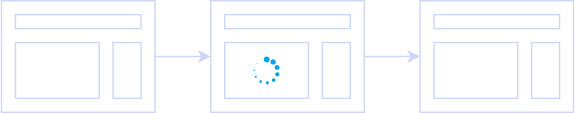
This is public/assets/spa-after.drawio.svg from b-legrand/analogjs-the-angular-meta-framework, a draw.io export, as it was before one commit. Source tidied: cells renumbered, new cells last; positions are measured from the earlier drawing's top-left corner, leaving out a move shared by most shapes.
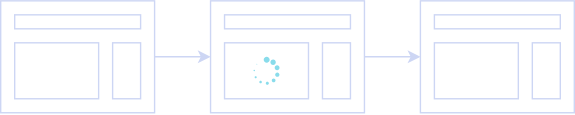
After the commit.

Change to the diagram source:
```diff
@@ -38,7 +38,7 @@
     <mxCell id="13" style="edgeStyle=none;html=1;exitX=1;exitY=0.5;exitDx=0;exitDy=0;entryX=0;entryY=0.5;entryDx=0;entryDy=0;strokeColor=#CDD6F4;" parent="1" edge="1" source="12" target="8">
       <mxGeometry relative="1" as="geometry" />
     </mxCell>
-    <mxCell id="14" style="sketch=0;html=1;strokeColor=none;shadow=0;align=center;verticalAlign=top;fillColor=#04A5E5;shape=mxgraph.gcp2.loading_2;" parent="1" vertex="1">
+    <mxCell id="14" style="sketch=0;html=1;strokeColor=none;shadow=0;align=center;verticalAlign=top;fillColor=#89dceb;shape=mxgraph.gcp2.loading_2;" parent="1" vertex="1">
       <mxGeometry x="180.7" y="40" width="18.6" height="20" as="geometry" />
     </mxCell>
     <mxCell id="15" style="rounded=0;whiteSpace=wrap;html=1;fillColor=none;strokeColor=#CDD6F4;" parent="1" vertex="1">
```
